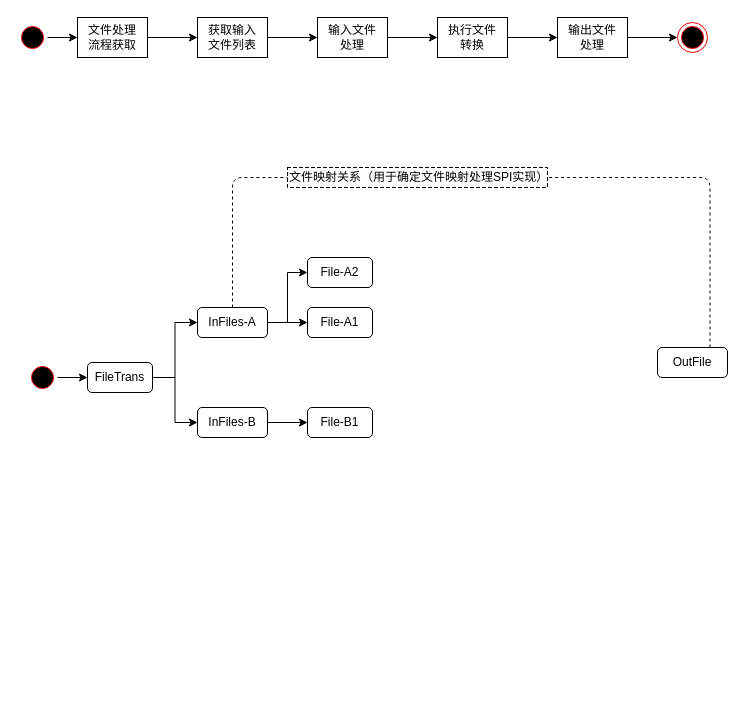
This is page "Page-4" (4 of 7) of diagrams.net/DDDtest.drawio from ZhengweiHou/simplegit, a draw.io file, before an edit. Source tidied: cells renumbered, new cells numbered last; positions are measured from the earlier drawing's top-left corner, leaving out a move shared by most shapes. Both pictures are drawn from the tidied source at 100%, with x=0, y=0 at pixel (17, 17).
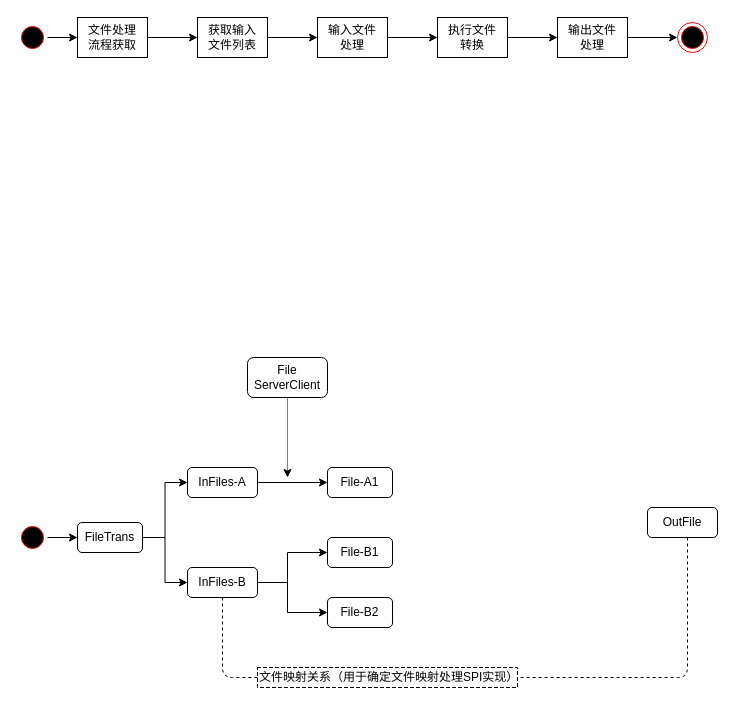
The same diagram, later.

Diff of the diagram source:
```diff
@@
     <mxCell id="16" style="ellipse;html=1;shape=startState;fillColor=#000000;strokeColor=#ff0000;" parent="1" vertex="1">
-      <mxGeometry x="10" y="345" width="30" height="30" as="geometry" />
+      <mxGeometry y="505" width="30" height="30" as="geometry" />
     </mxCell>
@@
     <mxCell id="19" value="&lt;div&gt;FileTrans&lt;/div&gt;" style="rounded=1;whiteSpace=wrap;html=1;" parent="1" vertex="1">
-      <mxGeometry x="70" y="345" width="65" height="30" as="geometry" />
+      <mxGeometry x="60" y="505" width="65" height="30" as="geometry" />
     </mxCell>
@@
-    <mxCell id="21" style="edgeStyle=orthogonalEdgeStyle;rounded=0;jettySize=auto;html=1;entryX=0;entryY=0.5;entryDx=0;entryDy=0;" parent="1" edge="1" source="22" target="26">
-      <mxGeometry relative="1" as="geometry" />
+    <mxCell id="21" style="edgeStyle=orthogonalEdgeStyle;rounded=0;jettySize=auto;html=1;" parent="1" edge="1" source="24" target="26">
+      <mxGeometry relative="1" as="geometry">
+        <Array as="points">
+          <mxPoint x="270" y="565" />
+          <mxPoint x="270" y="595" />
+        </Array>
+      </mxGeometry>
     </mxCell>
     <mxCell id="22" value="InFiles-A" style="rounded=1;whiteSpace=wrap;html=1;" parent="1" vertex="1">
-      <mxGeometry x="180" y="290" width="70" height="30" as="geometry" />
+      <mxGeometry x="170" y="450" width="70" height="30" as="geometry" />
     </mxCell>
     <mxCell id="23" style="edgeStyle=orthogonalEdgeStyle;rounded=0;jettySize=auto;html=1;entryX=0;entryY=0.5;entryDx=0;entryDy=0;" parent="1" edge="1" source="24" target="27">
-      <mxGeometry relative="1" as="geometry" />
+      <mxGeometry relative="1" as="geometry">
+        <Array as="points">
+          <mxPoint x="270" y="565" />
+          <mxPoint x="270" y="535" />
+        </Array>
+      </mxGeometry>
     </mxCell>
     <mxCell id="24" value="InFiles-B" style="rounded=1;whiteSpace=wrap;html=1;" parent="1" vertex="1">
-      <mxGeometry x="180" y="390" width="70" height="30" as="geometry" />
+      <mxGeometry x="170" y="550" width="70" height="30" as="geometry" />
     </mxCell>
     <mxCell id="25" value="&lt;div&gt;File-A1&lt;/div&gt;" style="rounded=1;whiteSpace=wrap;html=1;" parent="1" vertex="1">
-      <mxGeometry x="290" y="290" width="65" height="30" as="geometry" />
+      <mxGeometry x="310" y="450" width="65" height="30" as="geometry" />
     </mxCell>
-    <mxCell id="26" value="&lt;div&gt;File-A2&lt;/div&gt;" style="rounded=1;whiteSpace=wrap;html=1;" parent="1" vertex="1">
-      <mxGeometry x="290" y="240" width="65" height="30" as="geometry" />
+    <mxCell id="26" value="&lt;div&gt;File-B2&lt;/div&gt;" style="rounded=1;whiteSpace=wrap;html=1;" parent="1" vertex="1">
+      <mxGeometry x="310" y="580" width="65" height="30" as="geometry" />
     </mxCell>
     <mxCell id="27" value="&lt;div&gt;File-B1&lt;/div&gt;" style="rounded=1;whiteSpace=wrap;html=1;" parent="1" vertex="1">
-      <mxGeometry x="290" y="390" width="65" height="30" as="geometry" />
+      <mxGeometry x="310" y="520" width="65" height="30" as="geometry" />
     </mxCell>
     <mxCell id="28" value="OutFile" style="rounded=1;whiteSpace=wrap;html=1;" parent="1" vertex="1">
-      <mxGeometry x="640" y="330" width="70" height="30" as="geometry" />
+      <mxGeometry x="630" y="490" width="70" height="30" as="geometry" />
     </mxCell>
     <mxCell id="29" value="文件映射关系（用于确定文件映射处理SPI实现）" style="shape=partialRectangle;html=1;top=1;align=left;dashed=1;" parent="1" vertex="1">
-      <mxGeometry x="270" y="150" width="260" height="20" as="geometry" />
+      <mxGeometry x="240" y="650" width="260" height="20" as="geometry" />
     </mxCell>
-    <mxCell id="30" style="endArrow=none;dashed=1;html=1;exitX=0.5;exitY=0;exitDx=0;exitDy=0;entryX=0;entryY=0.5;entryDx=0;entryDy=0;edgeStyle=orthogonalEdgeStyle;" parent="1" edge="1" source="22" target="29">
+    <mxCell id="30" style="endArrow=none;dashed=1;html=1;entryX=0;entryY=0.5;entryDx=0;entryDy=0;edgeStyle=orthogonalEdgeStyle;" parent="1" edge="1" source="24" target="29">
       <mxGeometry relative="1" as="geometry" />
     </mxCell>
-    <mxCell id="31" style="endArrow=none;dashed=1;html=1;exitX=0.75;exitY=0;exitDx=0;exitDy=0;entryX=1;entryY=0.5;entryDx=0;entryDy=0;edgeStyle=orthogonalEdgeStyle;" parent="1" edge="1" source="28" target="29">
-      <mxGeometry relative="1" as="geometry" />
+    <mxCell id="31" style="endArrow=none;dashed=1;html=1;entryX=1;entryY=0.5;entryDx=0;entryDy=0;edgeStyle=orthogonalEdgeStyle;" parent="1" edge="1" source="28" target="29">
+      <mxGeometry relative="1" as="geometry">
+        <Array as="points">
+          <mxPoint x="670" y="660" />
+        </Array>
+      </mxGeometry>
     </mxCell>
+    <mxCell id="33" style="edgeStyle=orthogonalEdgeStyle;rounded=0;jettySize=auto;html=1;dashed=1;dashPattern=1 1;" parent="1" edge="1" source="34">
+      <mxGeometry relative="1" as="geometry">
+        <mxPoint x="270" y="460" as="targetPoint" />
+      </mxGeometry>
+    </mxCell>
+    <mxCell id="34" value="&lt;div&gt;File&lt;/div&gt;&lt;div&gt;ServerClient&lt;/div&gt;" style="rounded=1;whiteSpace=wrap;html=1;" parent="1" vertex="1">
+      <mxGeometry x="230" y="340" width="80" height="40" as="geometry" />
+    </mxCell>
```
